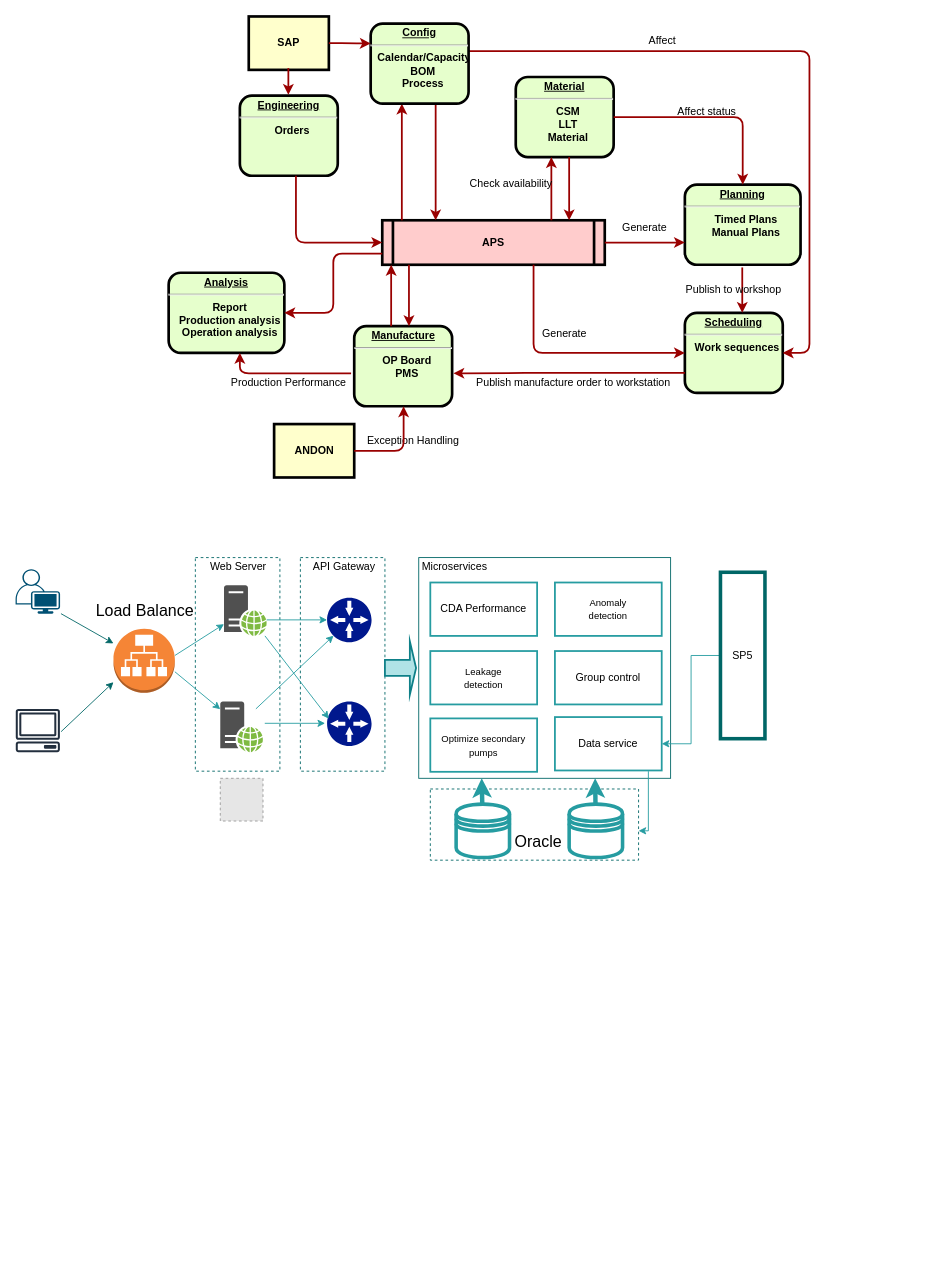
The draw.io diagram Untitled Diagram.drawio in chinaxiaonan/ant-design, before the edit. Source tidied: cells renumbered, new cells numbered last; positions are measured from the earlier drawing's top-left corner, leaving out a move shared by most shapes. Both pictures are drawn from the tidied source at 89%, with x=0, y=0 at pixel (15, 16). Pictures stored in the file or linked from it are replaced by grey dashed boxes.
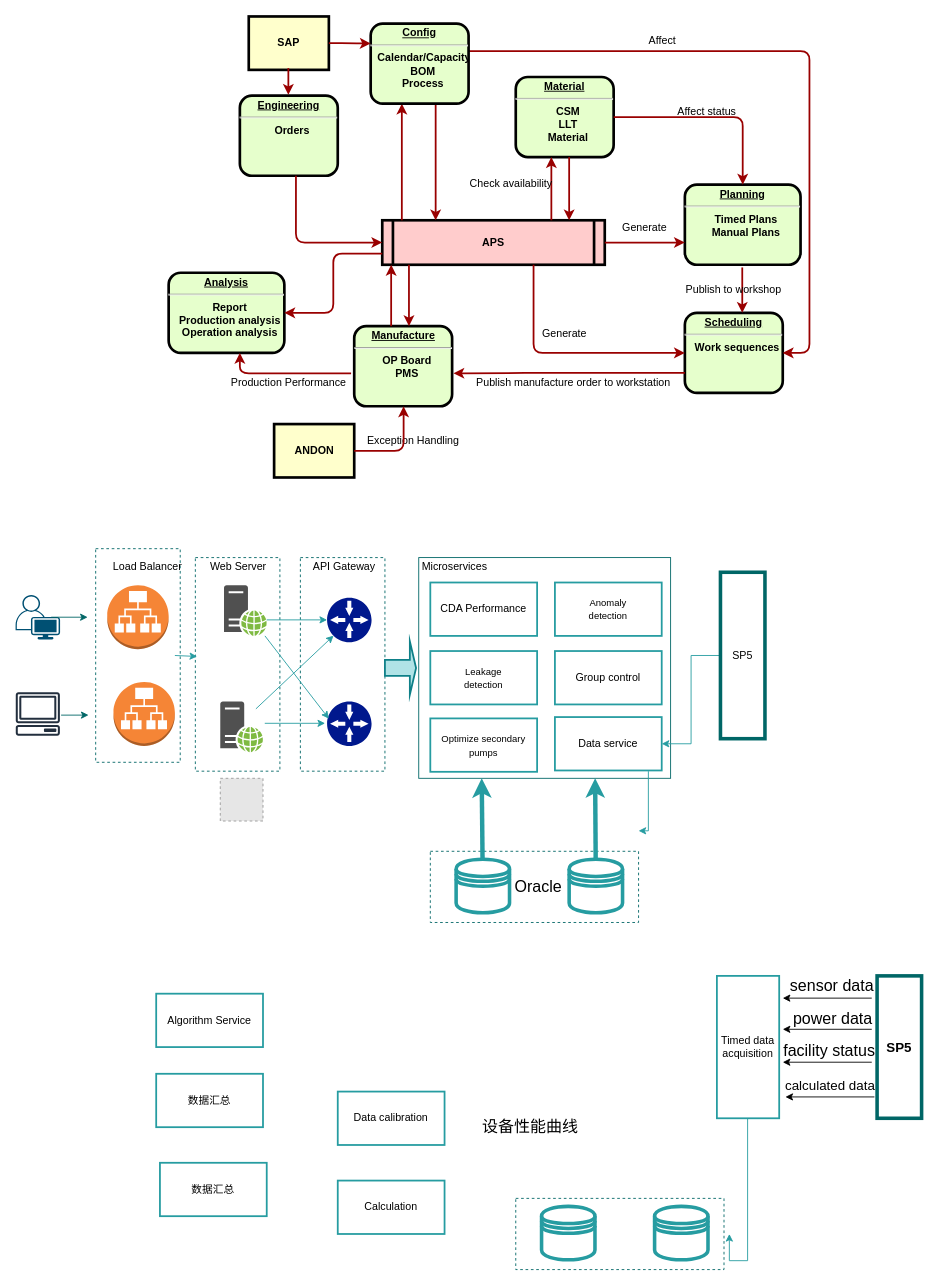
After the change.

Unchanged cells that the change refers to:
```xml
<mxCell id="40" style="rounded=0;whiteSpace=wrap;html=1;strokeWidth=1;strokeColor=#006666;dashed=1;" parent="1" vertex="1">
  <mxGeometry x="202" y="608" width="95" height="240" as="geometry" />
</mxCell>
<mxCell id="48" style="shadow=0;dashed=0;html=1;strokeColor=none;fillColor=#505050;labelPosition=center;verticalLabelPosition=bottom;verticalAlign=top;outlineConnect=0;align=center;shape=mxgraph.office.servers.web_server_green;" parent="1" vertex="1">
  <mxGeometry x="234.2" y="639" width="48" height="57" as="geometry" />
</mxCell>
<mxCell id="49" style="shadow=0;dashed=0;html=1;strokeColor=none;fillColor=#505050;labelPosition=center;verticalLabelPosition=bottom;verticalAlign=top;outlineConnect=0;align=center;shape=mxgraph.office.servers.web_server_green;" parent="1" vertex="1">
  <mxGeometry x="230" y="769.7" width="48" height="57" as="geometry" />
</mxCell>
```

Change to the diagram source:
```diff
@@
+    <mxCell id="78" style="rounded=0;whiteSpace=wrap;html=1;strokeWidth=1;strokeColor=#006666;dashed=1;" parent="1" vertex="1">
+      <mxGeometry x="90" y="598" width="95" height="240" as="geometry" />
+    </mxCell>
@@
     <mxCell id="39" style="rounded=0;whiteSpace=wrap;html=1;strokeWidth=1;strokeColor=#006666;dashed=1;" parent="1" vertex="1">
-      <mxGeometry x="466" y="868" width="234" height="80" as="geometry" />
+      <mxGeometry x="466" y="938" width="234" height="80" as="geometry" />
     </mxCell>
@@
     <mxCell id="43" style="outlineConnect=0;fontColor=#232F3E;gradientColor=none;fillColor=#232F3E;strokeColor=none;dashed=0;verticalLabelPosition=bottom;verticalAlign=top;align=center;html=1;fontSize=12;fontStyle=0;shape=mxgraph.aws4.client;" parent="1" vertex="1">
-      <mxGeometry y="778" width="50" height="48.7" as="geometry" />
+      <mxGeometry y="759.4" width="50" height="48.7" as="geometry" />
     </mxCell>
     <mxCell id="44" style="points=[[0.35,0,0],[0.98,0.51,0],[1,0.71,0],[0.67,1,0],[0,0.795,0],[0,0.65,0]];verticalLabelPosition=bottom;html=1;verticalAlign=top;align=center;shape=mxgraph.cisco19.user;fillColor=#005073;strokeColor=none;" parent="1" vertex="1">
-      <mxGeometry y="621" width="50" height="50" as="geometry" />
+      <mxGeometry y="650" width="50" height="50" as="geometry" />
     </mxCell>
@@
     <mxCell id="47" style="outlineConnect=0;dashed=0;verticalLabelPosition=bottom;verticalAlign=top;align=center;html=1;shape=mxgraph.aws3.application_load_balancer;fillColor=#F58536;gradientColor=none;" parent="1" vertex="1">
-      <mxGeometry x="110" y="688" width="69" height="72" as="geometry" />
+      <mxGeometry x="103" y="639" width="69" height="72" as="geometry" />
     </mxCell>
@@
-    <mxCell id="50" style="endArrow=classic;html=1;exitX=1.02;exitY=1;exitDx=0;exitDy=0;exitPerimeter=0;strokeColor=#006666;" parent="1" edge="1" source="44" target="47">
-      <mxGeometry relative="1" as="geometry" />
+    <mxCell id="50" style="endArrow=classic;html=1;strokeColor=#006666;" parent="1" edge="1">
+      <mxGeometry relative="1" as="geometry">
+        <mxPoint x="40" y="675" as="sourcePoint" />
+        <mxPoint x="81" y="675" as="targetPoint" />
+      </mxGeometry>
     </mxCell>
     <mxCell id="51" style="endArrow=classic;html=1;exitX=1.028;exitY=0.526;exitDx=0;exitDy=0;exitPerimeter=0;strokeColor=#006666;" parent="1" edge="1" source="43">
       <mxGeometry relative="1" as="geometry">
-        <mxPoint x="110" y="748" as="targetPoint" />
+        <mxPoint x="82" y="785" as="targetPoint" />
       </mxGeometry>
     </mxCell>
-    <mxCell id="52" value="&lt;font style=&quot;font-size: 18px&quot;&gt;Load Balance&lt;/font&gt;" style="text;html=1;align=center;verticalAlign=middle;fillColor=none;strokeColor=none;rounded=0;strokeWidth=4;" parent="1" vertex="1">
-      <mxGeometry x="79.5" y="658" width="130" height="20" as="geometry" />
+    <mxCell id="52" value="&lt;font style=&quot;font-size: 12px&quot;&gt;Load Balancer&lt;/font&gt;" style="text;html=1;align=center;verticalAlign=middle;fillColor=none;strokeColor=none;rounded=0;strokeWidth=4;" parent="1" vertex="1">
+      <mxGeometry x="103" y="609" width="90" height="20" as="geometry" />
     </mxCell>
-    <mxCell id="53" style="endArrow=classic;html=1;exitX=1.02;exitY=1;exitDx=0;exitDy=0;exitPerimeter=0;strokeColor=#269CA1;" parent="1" edge="1" target="48">
+    <mxCell id="53" style="endArrow=classic;html=1;exitX=1.02;exitY=1;exitDx=0;exitDy=0;exitPerimeter=0;strokeColor=#269CA1;entryX=0.021;entryY=0.463;entryDx=0;entryDy=0;entryPerimeter=0;" parent="1" edge="1" target="40">
       <mxGeometry relative="1" as="geometry">
         <mxPoint x="179" y="718" as="sourcePoint" />
       </mxGeometry>
     </mxCell>
-    <mxCell id="54" style="endArrow=classic;html=1;exitX=1.02;exitY=1;exitDx=0;exitDy=0;exitPerimeter=0;strokeColor=#269CA1;" parent="1" edge="1" target="49">
-      <mxGeometry relative="1" as="geometry">
-        <mxPoint x="179" y="736.3" as="sourcePoint" />
-      </mxGeometry>
-    </mxCell>
@@
     <mxCell id="67" style="shape=datastore;whiteSpace=wrap;html=1;strokeWidth=4;strokeColor=#269CA1;" parent="1" vertex="1">
-      <mxGeometry x="622" y="885" width="60" height="60" as="geometry" />
+      <mxGeometry x="622" y="947" width="60" height="60" as="geometry" />
     </mxCell>
     <mxCell id="68" style="shape=datastore;whiteSpace=wrap;html=1;strokeWidth=4;strokeColor=#269CA1;" parent="1" vertex="1">
-      <mxGeometry x="495" y="885" width="60" height="60" as="geometry" />
+      <mxGeometry x="495" y="947" width="60" height="60" as="geometry" />
     </mxCell>
@@
     <mxCell id="77" value="&lt;font style=&quot;font-size: 18px&quot;&gt;Oracle&lt;/font&gt;" style="text;html=1;align=center;verticalAlign=middle;fillColor=none;strokeColor=none;rounded=0;strokeWidth=4;" parent="1" vertex="1">
-      <mxGeometry x="552" y="918" width="70" height="20" as="geometry" />
+      <mxGeometry x="552" y="968" width="70" height="20" as="geometry" />
     </mxCell>
+    <mxCell id="79" value="&lt;font style=&quot;font-size: 15px&quot;&gt;&lt;b&gt;SP5&lt;/b&gt;&lt;/font&gt;" style="rounded=0;whiteSpace=wrap;html=1;strokeWidth=4;strokeColor=#006666;" parent="1" vertex="1">
+      <mxGeometry x="968" y="1078" width="50" height="160" as="geometry" />
+    </mxCell>
+    <mxCell id="80" value="Timed data acquisition" style="rounded=0;whiteSpace=wrap;html=1;strokeWidth=2;strokeColor=#269CA1;" parent="1" vertex="1">
+      <mxGeometry x="788" y="1078" width="70" height="160" as="geometry" />
+    </mxCell>
+    <mxCell id="81" value="&lt;span style=&quot;font-size: 18px&quot;&gt;sensor data&lt;/span&gt;" style="text;html=1;align=center;verticalAlign=middle;fillColor=none;strokeColor=none;rounded=0;strokeWidth=4;" parent="1" vertex="1">
+      <mxGeometry x="862" y="1079" width="110" height="20" as="geometry" />
+    </mxCell>
+    <mxCell id="82" value="&lt;span style=&quot;font-size: 18px&quot;&gt;facility status&lt;/span&gt;" style="text;html=1;align=center;verticalAlign=middle;fillColor=none;strokeColor=none;rounded=0;strokeWidth=4;" parent="1" vertex="1">
+      <mxGeometry x="854" y="1153" width="120" height="20" as="geometry" />
+    </mxCell>
+    <mxCell id="83" style="dashed=0;verticalLabelPosition=bottom;verticalAlign=top;align=center;html=1;shape=mxgraph.aws3.application_load_balancer;fillColor=#F58536;gradientColor=none;" parent="1" vertex="1">
+      <mxGeometry x="110" y="747.7" width="69" height="72" as="geometry" />
+    </mxCell>
+    <mxCell id="84" value="&lt;span style=&quot;font-size: 18px&quot;&gt;power data&lt;/span&gt;" style="text;html=1;align=center;verticalAlign=middle;fillColor=none;strokeColor=none;rounded=0;strokeWidth=4;" parent="1" vertex="1">
+      <mxGeometry x="868" y="1116" width="100" height="20" as="geometry" />
+    </mxCell>
+    <mxCell id="85" value="Data calibration" style="rounded=0;whiteSpace=wrap;html=1;strokeWidth=2;strokeColor=#269CA1;" parent="1" vertex="1">
+      <mxGeometry x="362" y="1208" width="120" height="60" as="geometry" />
+    </mxCell>
+    <mxCell id="86" value="Calculation" style="rounded=0;whiteSpace=wrap;html=1;strokeWidth=2;strokeColor=#269CA1;" parent="1" vertex="1">
+      <mxGeometry x="362" y="1308" width="120" height="60" as="geometry" />
+    </mxCell>
+    <mxCell id="87" value="数据汇总" style="rounded=0;whiteSpace=wrap;html=1;strokeWidth=2;strokeColor=#269CA1;" parent="1" vertex="1">
+      <mxGeometry x="158" y="1188" width="120" height="60" as="geometry" />
+    </mxCell>
+    <mxCell id="88" value="Algorithm Service" style="rounded=0;whiteSpace=wrap;html=1;strokeWidth=2;strokeColor=#269CA1;" parent="1" vertex="1">
+      <mxGeometry x="158" y="1098" width="120" height="60" as="geometry" />
+    </mxCell>
+    <mxCell id="89" value="数据汇总" style="rounded=0;whiteSpace=wrap;html=1;strokeWidth=2;strokeColor=#269CA1;" parent="1" vertex="1">
+      <mxGeometry x="162.2" y="1288" width="120" height="60" as="geometry" />
+    </mxCell>
+    <mxCell id="90" value="&lt;span style=&quot;font-size: 18px&quot;&gt;设备性能曲线&lt;/span&gt;" style="text;html=1;align=center;verticalAlign=middle;fillColor=none;strokeColor=none;rounded=0;strokeWidth=4;" parent="1" vertex="1">
+      <mxGeometry x="518" y="1238" width="120" height="20" as="geometry" />
+    </mxCell>
+    <mxCell id="91" style="endArrow=classic;html=1;" parent="1" edge="1">
+      <mxGeometry relative="1" as="geometry">
+        <mxPoint x="962" y="1138" as="sourcePoint" />
+        <mxPoint x="862" y="1138" as="targetPoint" />
+      </mxGeometry>
+    </mxCell>
+    <mxCell id="92" style="endArrow=classic;html=1;" parent="1" edge="1">
+      <mxGeometry relative="1" as="geometry">
+        <mxPoint x="962" y="1103" as="sourcePoint" />
+        <mxPoint x="862" y="1103" as="targetPoint" />
+      </mxGeometry>
+    </mxCell>
+    <mxCell id="93" style="endArrow=classic;html=1;" parent="1" edge="1">
+      <mxGeometry relative="1" as="geometry">
+        <mxPoint x="962" y="1175" as="sourcePoint" />
+        <mxPoint x="862" y="1175" as="targetPoint" />
+      </mxGeometry>
+    </mxCell>
+    <mxCell id="94" style="endArrow=classic;html=1;" parent="1" edge="1">
+      <mxGeometry relative="1" as="geometry">
+        <mxPoint x="965" y="1214" as="sourcePoint" />
+        <mxPoint x="865" y="1214" as="targetPoint" />
+      </mxGeometry>
+    </mxCell>
+    <mxCell id="95" value="&lt;font style=&quot;font-size: 15px&quot;&gt;calculated data&lt;/font&gt;" style="text;html=1;align=center;verticalAlign=middle;fillColor=none;strokeColor=none;rounded=0;strokeWidth=4;" parent="1" vertex="1">
+      <mxGeometry x="855" y="1191" width="120" height="20" as="geometry" />
+    </mxCell>
+    <mxCell id="96" style="rounded=0;whiteSpace=wrap;html=1;strokeWidth=1;strokeColor=#006666;dashed=1;" parent="1" vertex="1">
+      <mxGeometry x="562" y="1328" width="234" height="80" as="geometry" />
+    </mxCell>
+    <mxCell id="97" style="shape=datastore;whiteSpace=wrap;html=1;strokeWidth=4;strokeColor=#269CA1;" parent="1" vertex="1">
+      <mxGeometry x="718" y="1337" width="60" height="60" as="geometry" />
+    </mxCell>
+    <mxCell id="98" style="shape=datastore;whiteSpace=wrap;html=1;strokeWidth=4;strokeColor=#269CA1;" parent="1" vertex="1">
+      <mxGeometry x="591" y="1337" width="60" height="60" as="geometry" />
+    </mxCell>
+    <mxCell id="99" style="edgeStyle=orthogonalEdgeStyle;rounded=0;orthogonalLoop=1;jettySize=auto;html=1;strokeWidth=1;strokeColor=#269CA1;" parent="1" edge="1">
+      <mxGeometry relative="1" as="geometry">
+        <mxPoint x="822.5" y="1238" as="sourcePoint" />
+        <mxPoint x="802" y="1368" as="targetPoint" />
+        <Array as="points">
+          <mxPoint x="823" y="1398" />
+        </Array>
+      </mxGeometry>
+    </mxCell>
```
